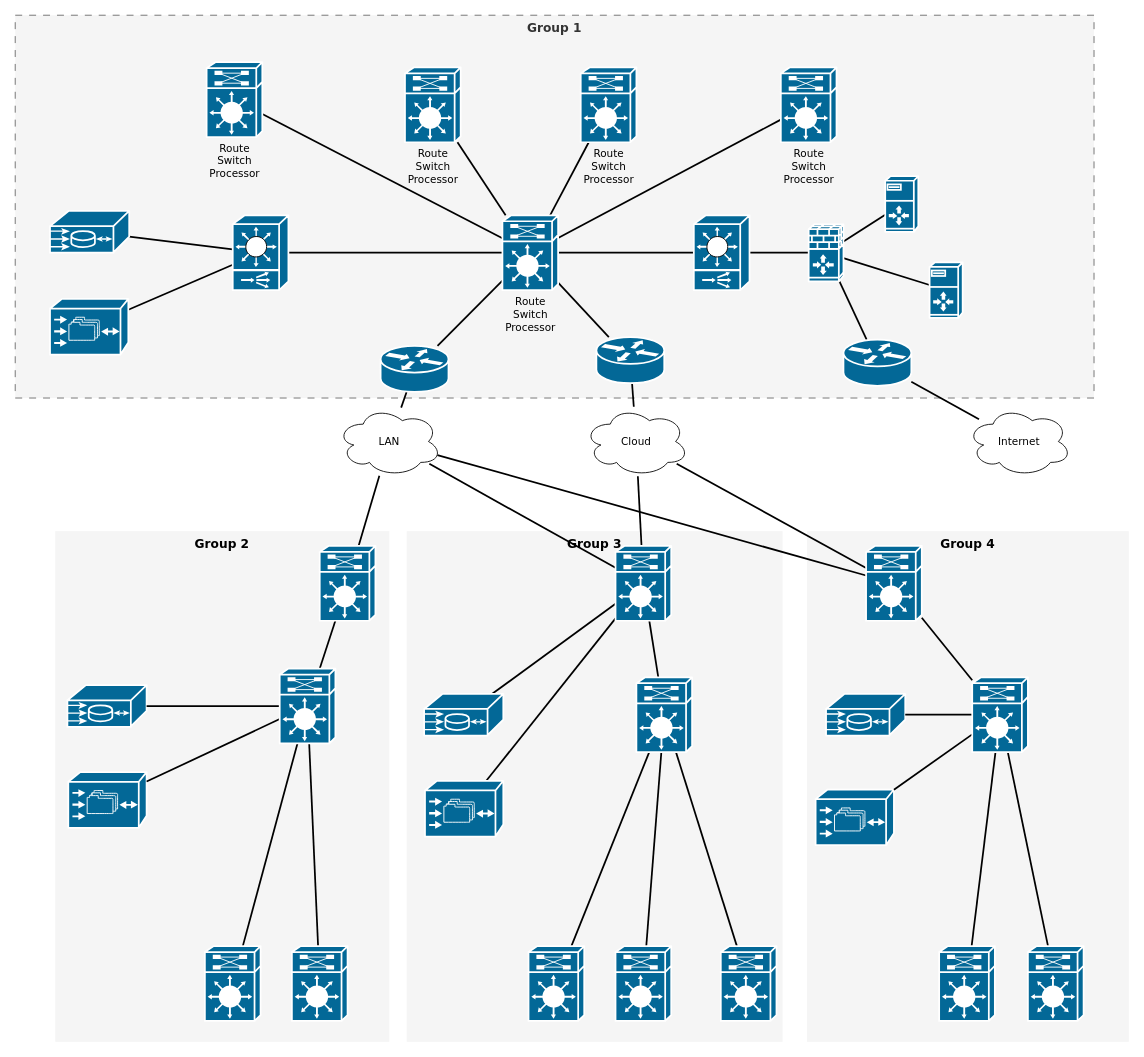
Above: 网络架构图.drawio in Ethan-Wqc/TS-Projcet (draw.io), before the change. Source tidied: cells renumbered, new cells numbered last; positions are measured from the earlier drawing's top-left corner, leaving out a move shared by most shapes. Both pictures are drawn from the tidied source at 87%, with x=0, y=0 at pixel (15, 15).
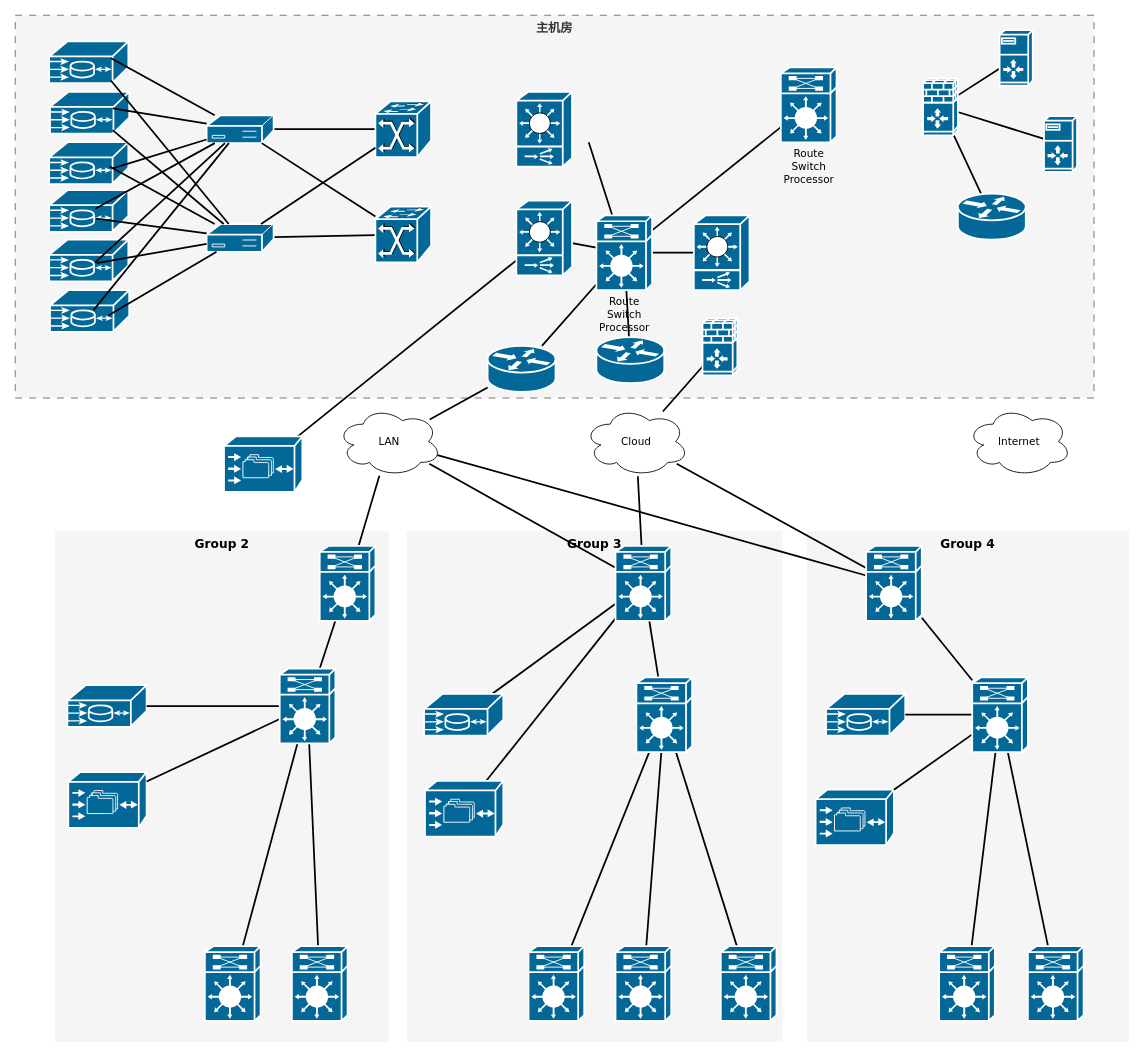
After the change.

Commit message:
更新网络架构图.drawio

The change refers to these unchanged cells:
```xml
<mxCell id="23" style="shape=mxgraph.cisco.switches.content_switch;html=1;dashed=0;fillColor=#036897;strokeColor=#ffffff;strokeWidth=2;verticalLabelPosition=bottom;verticalAlign=top;rounded=0;shadow=0;comic=0;fontFamily=Verdana;fontSize=12;" parent="1" vertex="1">
  <mxGeometry x="780" y="230" width="64" height="86" as="geometry" />
</mxCell>
<mxCell id="38" value="Cloud" style="ellipse;shape=cloud;whiteSpace=wrap;html=1;rounded=0;shadow=0;comic=0;strokeWidth=1;fontFamily=Verdana;fontSize=12;" parent="1" vertex="1">
  <mxGeometry x="654" y="450" width="120" height="80" as="geometry" />
</mxCell>
<mxCell id="39" value="Internet" style="ellipse;shape=cloud;whiteSpace=wrap;html=1;rounded=0;shadow=0;comic=0;strokeWidth=1;fontFamily=Verdana;fontSize=12;" parent="1" vertex="1">
  <mxGeometry x="1094" y="450" width="120" height="80" as="geometry" />
</mxCell>
<mxCell id="78" style="shape=mxgraph.cisco.routers.router;html=1;dashed=0;fillColor=#036897;strokeColor=#ffffff;strokeWidth=2;verticalLabelPosition=bottom;verticalAlign=top;rounded=0;shadow=0;comic=0;fontFamily=Verdana;fontSize=12;" parent="1" vertex="1">
  <mxGeometry x="668" y="370" width="78" height="53" as="geometry" />
</mxCell>
```

Diff of the diagram source:
```diff
@@
-    <mxCell id="2" value="Group 1" style="whiteSpace=wrap;html=1;rounded=0;shadow=0;comic=0;strokeWidth=1;fontFamily=Verdana;fontSize=14;verticalAlign=top;fontStyle=1;dashed=1;dashPattern=8 8;fillColor=#f5f5f5;fontColor=#333333;strokeColor=#666666;" parent="1" vertex="1">
+    <mxCell id="2" value="主机房" style="whiteSpace=wrap;html=1;rounded=0;shadow=0;comic=0;strokeWidth=1;fontFamily=Verdana;fontSize=14;verticalAlign=top;fontStyle=1;dashed=1;dashPattern=8 8;fillColor=#f5f5f5;fontColor=#333333;strokeColor=#666666;" parent="1" vertex="1">
       <mxGeometry width="1240" height="440" as="geometry" />
     </mxCell>
@@
-    <mxCell id="6" style="edgeStyle=none;html=1;labelBackgroundColor=none;startFill=0;endArrow=none;endFill=0;strokeWidth=2;fontFamily=Verdana;fontSize=12;" parent="1" edge="1" source="7" target="18">
+    <mxCell id="6" style="edgeStyle=none;html=1;labelBackgroundColor=none;startFill=0;endArrow=none;endFill=0;strokeWidth=2;fontFamily=Verdana;fontSize=12;" parent="1" edge="1" source="86" target="100">
       <mxGeometry relative="1" as="geometry" />
     </mxCell>
-    <mxCell id="7" value="Route&lt;div&gt;Switch&lt;/div&gt;&lt;div&gt;Processor&lt;/div&gt;" style="shape=mxgraph.cisco.misc.route_switch_processor;html=1;dashed=0;fillColor=#036897;strokeColor=#ffffff;strokeWidth=2;verticalLabelPosition=bottom;verticalAlign=top;rounded=0;shadow=0;comic=0;fontFamily=Verdana;fontSize=12;" parent="1" vertex="1">
-      <mxGeometry x="220" y="54" width="64" height="86" as="geometry" />
-    </mxCell>
-    <mxCell id="8" style="edgeStyle=none;html=1;labelBackgroundColor=none;startFill=0;endArrow=none;endFill=0;strokeWidth=2;fontFamily=Verdana;fontSize=12;" parent="1" edge="1" source="9" target="18">
+    <mxCell id="8" style="edgeStyle=none;html=1;labelBackgroundColor=none;startFill=0;endArrow=none;endFill=0;strokeWidth=2;fontFamily=Verdana;fontSize=12;" parent="1" edge="1" source="87" target="101">
       <mxGeometry relative="1" as="geometry" />
     </mxCell>
-    <mxCell id="9" value="Route&lt;div&gt;Switch&lt;/div&gt;&lt;div&gt;Processor&lt;/div&gt;" style="shape=mxgraph.cisco.misc.route_switch_processor;html=1;dashed=0;fillColor=#036897;strokeColor=#ffffff;strokeWidth=2;verticalLabelPosition=bottom;verticalAlign=top;rounded=0;shadow=0;comic=0;fontFamily=Verdana;fontSize=12;" parent="1" vertex="1">
-      <mxGeometry x="448" y="60" width="64" height="86" as="geometry" />
-    </mxCell>
-    <mxCell id="10" style="edgeStyle=none;html=1;labelBackgroundColor=none;startFill=0;endArrow=none;endFill=0;strokeWidth=2;fontFamily=Verdana;fontSize=12;" parent="1" edge="1" source="11" target="18">
-      <mxGeometry relative="1" as="geometry" />
+    <mxCell id="10" style="edgeStyle=none;html=1;labelBackgroundColor=none;startFill=0;endArrow=none;endFill=0;strokeWidth=2;fontFamily=Verdana;fontSize=12;" parent="1" edge="1" target="18">
+      <mxGeometry relative="1" as="geometry">
+        <mxPoint x="659.2" y="146" as="sourcePoint" />
+      </mxGeometry>
     </mxCell>
-    <mxCell id="11" value="Route&lt;div&gt;Switch&lt;/div&gt;&lt;div&gt;Processor&lt;/div&gt;" style="shape=mxgraph.cisco.misc.route_switch_processor;html=1;dashed=0;fillColor=#036897;strokeColor=#ffffff;strokeWidth=2;verticalLabelPosition=bottom;verticalAlign=top;rounded=0;shadow=0;comic=0;fontFamily=Verdana;fontSize=12;" parent="1" vertex="1">
-      <mxGeometry x="650" y="60" width="64" height="86" as="geometry" />
-    </mxCell>
@@
     <mxCell id="18" value="Route&lt;div&gt;Switch&lt;/div&gt;&lt;div&gt;Processor&lt;/div&gt;" style="shape=mxgraph.cisco.misc.route_switch_processor;html=1;dashed=0;fillColor=#036897;strokeColor=#ffffff;strokeWidth=2;verticalLabelPosition=bottom;verticalAlign=top;rounded=0;shadow=0;comic=0;fontFamily=Verdana;fontSize=12;" parent="1" vertex="1">
-      <mxGeometry x="560" y="230" width="64" height="86" as="geometry" />
+      <mxGeometry x="668" y="230" width="64" height="86" as="geometry" />
     </mxCell>
-    <mxCell id="19" style="edgeStyle=none;html=1;labelBackgroundColor=none;startFill=0;endArrow=none;endFill=0;strokeWidth=2;fontFamily=Verdana;fontSize=12;" parent="1" edge="1" source="21" target="25">
-      <mxGeometry relative="1" as="geometry" />
-    </mxCell>
@@
     <mxCell id="21" style="shape=mxgraph.cisco.switches.content_switch;html=1;dashed=0;fillColor=#036897;strokeColor=#ffffff;strokeWidth=2;verticalLabelPosition=bottom;verticalAlign=top;rounded=0;shadow=0;comic=0;fontFamily=Verdana;fontSize=12;" parent="1" vertex="1">
-      <mxGeometry x="250" y="230" width="64" height="86" as="geometry" />
+      <mxGeometry x="576" y="213" width="64" height="86" as="geometry" />
     </mxCell>
-    <mxCell id="22" style="edgeStyle=none;html=1;labelBackgroundColor=none;startFill=0;endArrow=none;endFill=0;strokeWidth=2;fontFamily=Verdana;fontSize=12;" parent="1" edge="1" source="23" target="29">
-      <mxGeometry relative="1" as="geometry" />
-    </mxCell>
@@
     <mxCell id="24" style="shape=mxgraph.cisco.storage.cisco_file_engine;html=1;dashed=0;fillColor=#036897;strokeColor=#ffffff;strokeWidth=2;verticalLabelPosition=bottom;verticalAlign=top;rounded=0;shadow=0;comic=0;fontFamily=Verdana;fontSize=12;" parent="1" vertex="1">
-      <mxGeometry x="40" y="326" width="90" height="64" as="geometry" />
+      <mxGeometry x="240" y="484" width="90" height="64" as="geometry" />
     </mxCell>
     <mxCell id="25" style="shape=mxgraph.cisco.misc.me1100;html=1;dashed=0;fillColor=#036897;strokeColor=#ffffff;strokeWidth=2;verticalLabelPosition=bottom;verticalAlign=top;rounded=0;shadow=0;comic=0;fontFamily=Verdana;fontSize=12;" parent="1" vertex="1">
-      <mxGeometry x="40" y="225" width="91" height="48" as="geometry" />
+      <mxGeometry x="39" y="201" width="91" height="48" as="geometry" />
     </mxCell>
@@
     <mxCell id="29" style="shape=mxgraph.cisco.security.ios_firewall;html=1;dashed=0;fillColor=#036897;strokeColor=#ffffff;strokeWidth=2;verticalLabelPosition=bottom;verticalAlign=top;rounded=0;shadow=0;comic=0;fontFamily=Verdana;fontSize=12;" parent="1" vertex="1">
-      <mxGeometry x="912" y="240" width="40" height="66" as="geometry" />
+      <mxGeometry x="1043.5" y="72" width="40" height="66" as="geometry" />
     </mxCell>
     <mxCell id="30" style="shape=mxgraph.cisco.servers.server_with_router;html=1;dashed=0;fillColor=#036897;strokeColor=#ffffff;strokeWidth=2;verticalLabelPosition=bottom;verticalAlign=top;rounded=0;shadow=0;comic=0;fontFamily=Verdana;fontSize=12;" parent="1" vertex="1">
-      <mxGeometry x="1000" y="185" width="38" height="64" as="geometry" />
+      <mxGeometry x="1131.5" y="17" width="38" height="64" as="geometry" />
     </mxCell>
     <mxCell id="31" style="shape=mxgraph.cisco.servers.server_with_router;html=1;dashed=0;fillColor=#036897;strokeColor=#ffffff;strokeWidth=2;verticalLabelPosition=bottom;verticalAlign=top;rounded=0;shadow=0;comic=0;fontFamily=Verdana;fontSize=12;" parent="1" vertex="1">
-      <mxGeometry x="1051" y="284" width="38" height="64" as="geometry" />
+      <mxGeometry x="1182.5" y="116" width="38" height="64" as="geometry" />
     </mxCell>
@@
     <mxCell id="76" style="shape=mxgraph.cisco.routers.router;html=1;dashed=0;fillColor=#036897;strokeColor=#ffffff;strokeWidth=2;verticalLabelPosition=bottom;verticalAlign=top;rounded=0;shadow=0;comic=0;fontFamily=Verdana;fontSize=12;" parent="1" vertex="1">
-      <mxGeometry x="420" y="380" width="78" height="53" as="geometry" />
+      <mxGeometry x="543" y="380" width="78" height="53" as="geometry" />
     </mxCell>
-    <mxCell id="77" style="edgeStyle=none;html=1;labelBackgroundColor=none;startFill=0;endArrow=none;endFill=0;strokeWidth=2;fontFamily=Verdana;fontSize=12;" parent="1" edge="1" source="78" target="38">
+    <mxCell id="77" style="edgeStyle=none;html=1;labelBackgroundColor=none;startFill=0;endArrow=none;endFill=0;strokeWidth=2;fontFamily=Verdana;fontSize=12;" parent="1" edge="1" source="104" target="38">
       <mxGeometry relative="1" as="geometry" />
     </mxCell>
@@
-    <mxCell id="79" style="edgeStyle=none;html=1;labelBackgroundColor=none;startFill=0;endArrow=none;endFill=0;strokeWidth=2;fontFamily=Verdana;fontSize=12;" parent="1" edge="1" source="80" target="39">
-      <mxGeometry relative="1" as="geometry" />
-    </mxCell>
     <mxCell id="80" style="shape=mxgraph.cisco.routers.router;html=1;dashed=0;fillColor=#036897;strokeColor=#ffffff;strokeWidth=2;verticalLabelPosition=bottom;verticalAlign=top;rounded=0;shadow=0;comic=0;fontFamily=Verdana;fontSize=12;" parent="1" vertex="1">
-      <mxGeometry x="952" y="373" width="78" height="53" as="geometry" />
+      <mxGeometry x="1083.5" y="205" width="78" height="53" as="geometry" />
     </mxCell>
+    <mxCell id="81" style="shape=mxgraph.cisco.misc.me1100;html=1;dashed=0;fillColor=#036897;strokeColor=#ffffff;strokeWidth=2;verticalLabelPosition=bottom;verticalAlign=top;rounded=0;shadow=0;comic=0;fontFamily=Verdana;fontSize=12;" parent="1" vertex="1">
+      <mxGeometry x="39" y="146" width="91" height="48" as="geometry" />
+    </mxCell>
+    <mxCell id="82" style="shape=mxgraph.cisco.misc.me1100;html=1;dashed=0;fillColor=#036897;strokeColor=#ffffff;strokeWidth=2;verticalLabelPosition=bottom;verticalAlign=top;rounded=0;shadow=0;comic=0;fontFamily=Verdana;fontSize=12;" parent="1" vertex="1">
+      <mxGeometry x="40" y="88" width="91" height="48" as="geometry" />
+    </mxCell>
+    <mxCell id="83" style="shape=mxgraph.cisco.misc.me1100;html=1;dashed=0;fillColor=#036897;strokeColor=#ffffff;strokeWidth=2;verticalLabelPosition=bottom;verticalAlign=top;rounded=0;shadow=0;comic=0;fontFamily=Verdana;fontSize=12;" parent="1" vertex="1">
+      <mxGeometry x="39" y="30" width="91" height="48" as="geometry" />
+    </mxCell>
+    <mxCell id="84" style="shape=mxgraph.cisco.misc.me1100;html=1;dashed=0;fillColor=#036897;strokeColor=#ffffff;strokeWidth=2;verticalLabelPosition=bottom;verticalAlign=top;rounded=0;shadow=0;comic=0;fontFamily=Verdana;fontSize=12;" parent="1" vertex="1">
+      <mxGeometry x="39" y="258" width="91" height="48" as="geometry" />
+    </mxCell>
+    <mxCell id="85" style="shape=mxgraph.cisco.misc.me1100;html=1;dashed=0;fillColor=#036897;strokeColor=#ffffff;strokeWidth=2;verticalLabelPosition=bottom;verticalAlign=top;rounded=0;shadow=0;comic=0;fontFamily=Verdana;fontSize=12;" parent="1" vertex="1">
+      <mxGeometry x="40" y="316" width="91" height="48" as="geometry" />
+    </mxCell>
+    <mxCell id="86" style="sketch=0;html=1;dashed=0;fillColor=#036897;strokeColor=#ffffff;strokeWidth=2;verticalLabelPosition=bottom;verticalAlign=top;align=center;outlineConnect=0;shape=mxgraph.cisco.controllers_and_modules.3174_(desktop)_cluster_controller;" parent="1" vertex="1">
+      <mxGeometry x="220" y="115" width="77" height="32" as="geometry" />
+    </mxCell>
+    <mxCell id="87" style="sketch=0;html=1;dashed=0;fillColor=#036897;strokeColor=#ffffff;strokeWidth=2;verticalLabelPosition=bottom;verticalAlign=top;align=center;outlineConnect=0;shape=mxgraph.cisco.controllers_and_modules.3174_(desktop)_cluster_controller;" parent="1" vertex="1">
+      <mxGeometry x="220" y="240" width="77" height="32" as="geometry" />
+    </mxCell>
+    <mxCell id="88" style="edgeStyle=none;html=1;labelBackgroundColor=none;startFill=0;endArrow=none;endFill=0;strokeWidth=2;fontFamily=Verdana;fontSize=12;exitX=0.782;exitY=0.408;exitDx=0;exitDy=0;exitPerimeter=0;" parent="1" edge="1" source="83" target="86">
+      <mxGeometry relative="1" as="geometry" />
+    </mxCell>
+    <mxCell id="89" style="edgeStyle=none;html=1;labelBackgroundColor=none;startFill=0;endArrow=none;endFill=0;strokeWidth=2;fontFamily=Verdana;fontSize=12;exitX=0.782;exitY=0.408;exitDx=0;exitDy=0;exitPerimeter=0;" parent="1" edge="1" target="86">
+      <mxGeometry relative="1" as="geometry">
+        <mxPoint x="112" y="107" as="sourcePoint" />
+      </mxGeometry>
+    </mxCell>
+    <mxCell id="90" style="edgeStyle=none;html=1;labelBackgroundColor=none;startFill=0;endArrow=none;endFill=0;strokeWidth=2;fontFamily=Verdana;fontSize=12;exitX=0.782;exitY=0.408;exitDx=0;exitDy=0;exitPerimeter=0;" parent="1" edge="1" target="86">
+      <mxGeometry relative="1" as="geometry">
+        <mxPoint x="112" y="176" as="sourcePoint" />
+      </mxGeometry>
+    </mxCell>
+    <mxCell id="91" style="edgeStyle=none;html=1;labelBackgroundColor=none;startFill=0;endArrow=none;endFill=0;strokeWidth=2;fontFamily=Verdana;fontSize=12;exitX=0.782;exitY=0.408;exitDx=0;exitDy=0;exitPerimeter=0;" parent="1" edge="1" target="86">
+      <mxGeometry relative="1" as="geometry">
+        <mxPoint x="92" y="222.5" as="sourcePoint" />
+      </mxGeometry>
+    </mxCell>
+    <mxCell id="92" style="edgeStyle=none;html=1;labelBackgroundColor=none;startFill=0;endArrow=none;endFill=0;strokeWidth=2;fontFamily=Verdana;fontSize=12;exitX=0.782;exitY=0.408;exitDx=0;exitDy=0;exitPerimeter=0;" parent="1" edge="1" target="86">
+      <mxGeometry relative="1" as="geometry">
+        <mxPoint x="90" y="339" as="sourcePoint" />
+      </mxGeometry>
+    </mxCell>
+    <mxCell id="93" style="edgeStyle=none;html=1;labelBackgroundColor=none;startFill=0;endArrow=none;endFill=0;strokeWidth=2;fontFamily=Verdana;fontSize=12;exitX=0.782;exitY=0.408;exitDx=0;exitDy=0;exitPerimeter=0;" parent="1" edge="1" target="86">
+      <mxGeometry relative="1" as="geometry">
+        <mxPoint x="92" y="284" as="sourcePoint" />
+      </mxGeometry>
+    </mxCell>
+    <mxCell id="94" style="edgeStyle=none;html=1;labelBackgroundColor=none;startFill=0;endArrow=none;endFill=0;strokeWidth=2;fontFamily=Verdana;fontSize=12;exitX=0.782;exitY=0.408;exitDx=0;exitDy=0;exitPerimeter=0;" parent="1" edge="1" target="87">
+      <mxGeometry relative="1" as="geometry">
+        <mxPoint x="110" y="75" as="sourcePoint" />
+      </mxGeometry>
+    </mxCell>
+    <mxCell id="95" style="edgeStyle=none;html=1;labelBackgroundColor=none;startFill=0;endArrow=none;endFill=0;strokeWidth=2;fontFamily=Verdana;fontSize=12;exitX=0.782;exitY=0.408;exitDx=0;exitDy=0;exitPerimeter=0;" parent="1" edge="1" target="87">
+      <mxGeometry relative="1" as="geometry">
+        <mxPoint x="112" y="132" as="sourcePoint" />
+      </mxGeometry>
+    </mxCell>
+    <mxCell id="96" style="edgeStyle=none;html=1;labelBackgroundColor=none;startFill=0;endArrow=none;endFill=0;strokeWidth=2;fontFamily=Verdana;fontSize=12;" parent="1" edge="1" target="87">
+      <mxGeometry relative="1" as="geometry">
+        <mxPoint x="108.5" y="174" as="sourcePoint" />
+      </mxGeometry>
+    </mxCell>
+    <mxCell id="97" style="edgeStyle=none;html=1;labelBackgroundColor=none;startFill=0;endArrow=none;endFill=0;strokeWidth=2;fontFamily=Verdana;fontSize=12;exitX=0.592;exitY=0.685;exitDx=0;exitDy=0;exitPerimeter=0;" parent="1" edge="1" source="25" target="87">
+      <mxGeometry relative="1" as="geometry" />
+    </mxCell>
+    <mxCell id="98" style="edgeStyle=none;html=1;labelBackgroundColor=none;startFill=0;endArrow=none;endFill=0;strokeWidth=2;fontFamily=Verdana;fontSize=12;exitX=0.736;exitY=0.609;exitDx=0;exitDy=0;exitPerimeter=0;" parent="1" edge="1" source="85" target="87">
+      <mxGeometry relative="1" as="geometry" />
+    </mxCell>
+    <mxCell id="99" style="edgeStyle=none;html=1;labelBackgroundColor=none;startFill=0;endArrow=none;endFill=0;strokeWidth=2;fontFamily=Verdana;fontSize=12;exitX=0.601;exitY=0.56;exitDx=0;exitDy=0;exitPerimeter=0;" parent="1" edge="1" source="84" target="87">
+      <mxGeometry relative="1" as="geometry" />
+    </mxCell>
+    <mxCell id="100" style="strokeColor=#ffffff;sketch=0;html=1;dashed=0;fillColor=#036897;strokeWidth=2;verticalLabelPosition=bottom;verticalAlign=top;align=center;outlineConnect=0;shape=mxgraph.cisco.switches.atm_fast_gigabit_etherswitch;" parent="1" vertex="1">
+      <mxGeometry x="414" y="99" width="64" height="64" as="geometry" />
+    </mxCell>
+    <mxCell id="101" style="strokeColor=#ffffff;sketch=0;html=1;dashed=0;fillColor=#036897;strokeWidth=2;verticalLabelPosition=bottom;verticalAlign=top;align=center;outlineConnect=0;shape=mxgraph.cisco.switches.atm_fast_gigabit_etherswitch;" parent="1" vertex="1">
+      <mxGeometry x="414" y="220" width="64" height="64" as="geometry" />
+    </mxCell>
+    <mxCell id="102" style="edgeStyle=none;html=1;labelBackgroundColor=none;startFill=0;endArrow=none;endFill=0;strokeWidth=2;fontFamily=Verdana;fontSize=12;" parent="1" edge="1" source="87" target="100">
+      <mxGeometry relative="1" as="geometry" />
+    </mxCell>
+    <mxCell id="103" style="edgeStyle=none;html=1;labelBackgroundColor=none;startFill=0;endArrow=none;endFill=0;strokeWidth=2;fontFamily=Verdana;fontSize=12;" parent="1" edge="1" source="86" target="101">
+      <mxGeometry relative="1" as="geometry" />
+    </mxCell>
+    <mxCell id="104" style="strokeColor=#ffffff;sketch=0;html=1;dashed=0;fillColor=#036897;strokeWidth=2;verticalLabelPosition=bottom;verticalAlign=top;align=center;outlineConnect=0;shape=mxgraph.cisco.security.ios_firewall;" parent="1" vertex="1">
+      <mxGeometry x="790" y="348" width="40" height="66" as="geometry" />
+    </mxCell>
+    <mxCell id="105" style="shape=mxgraph.cisco.switches.content_switch;html=1;dashed=0;fillColor=#036897;strokeColor=#ffffff;strokeWidth=2;verticalLabelPosition=bottom;verticalAlign=top;rounded=0;shadow=0;comic=0;fontFamily=Verdana;fontSize=12;" parent="1" vertex="1">
+      <mxGeometry x="576" y="88" width="64" height="86" as="geometry" />
+    </mxCell>
```
